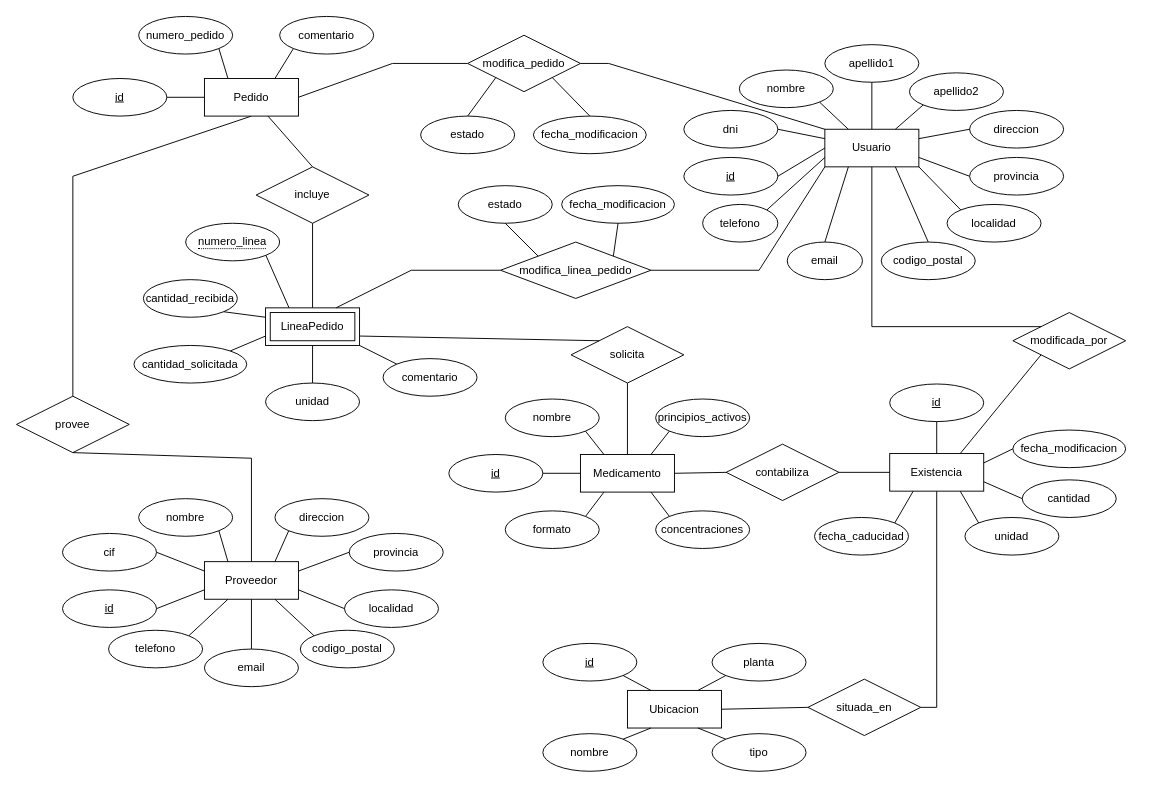
Above: Diagrama sin título.drawio in mariopr25/AlmacenMedicamentosER (draw.io), before the change. Source tidied: cells renumbered, new cells numbered last; positions are measured from the earlier drawing's top-left corner, leaving out a move shared by most shapes. Both pictures are drawn from the tidied source at 94%, with x=0, y=0 at pixel (16, 16).
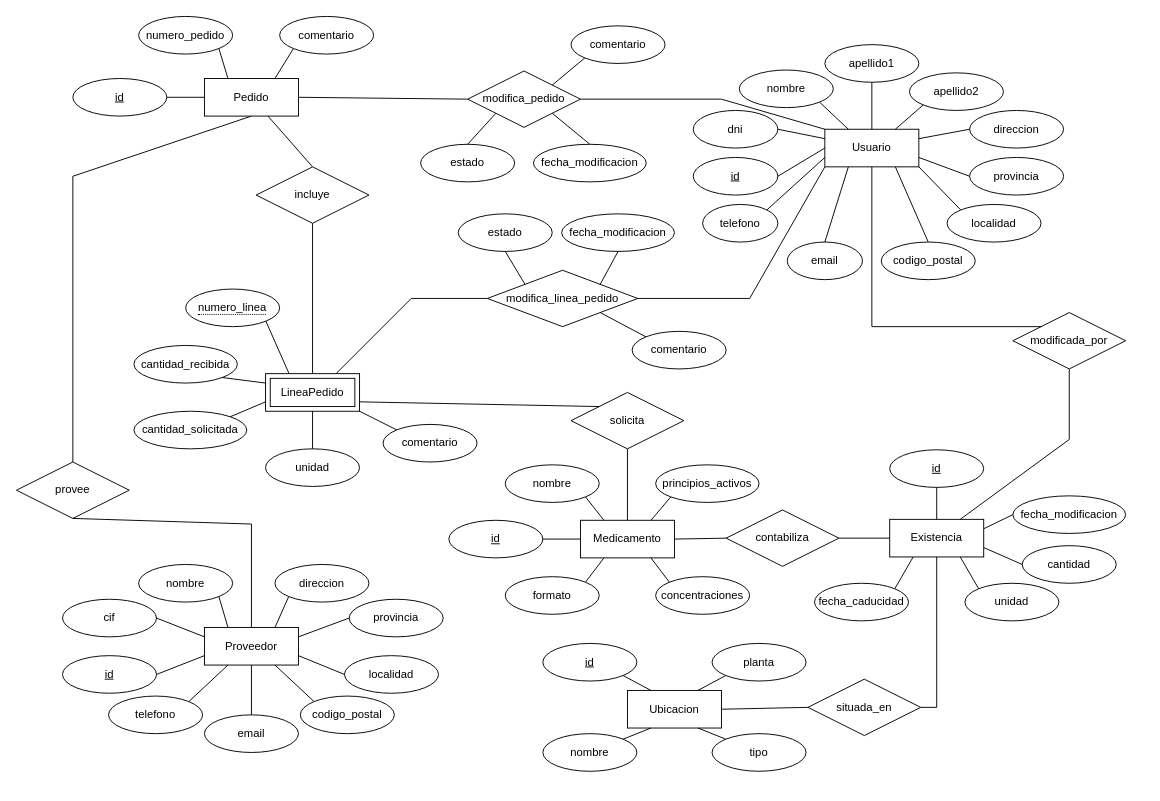
The same diagram, later.

The change refers to these unchanged cells:
```xml
<mxCell id="3" value="Proveedor" style="whiteSpace=wrap;html=1;align=center;" parent="2" vertex="1">
  <mxGeometry x="170" y="70" width="100" height="40" as="geometry" />
</mxCell>
<mxCell id="23" style="group;" parent="1" vertex="1">
  <mxGeometry x="690" y="30" width="440" height="250" as="geometry" />
</mxCell>
<mxCell id="24" value="&lt;div&gt;Usuario&lt;/div&gt;" style="whiteSpace=wrap;html=1;align=center;" parent="23" vertex="1">
  <mxGeometry x="170" y="90" width="100" height="40" as="geometry" />
</mxCell>
<mxCell id="71" value="&lt;div&gt;Existencia&lt;/div&gt;" style="whiteSpace=wrap;html=1;align=center;" parent="70" vertex="1">
  <mxGeometry x="80" y="90" width="100" height="40" as="geometry" />
</mxCell>
<mxCell id="87" value="modificada_por" style="shape=rhombus;perimeter=rhombusPerimeter;whiteSpace=wrap;html=1;align=center;" parent="1" vertex="1">
  <mxGeometry x="1060" y="315" width="120" height="60" as="geometry" />
</mxCell>
<mxCell id="101" value="Pedido" style="whiteSpace=wrap;html=1;align=center;" parent="96" vertex="1">
  <mxGeometry x="140" y="66" width="100" height="40" as="geometry" />
</mxCell>
<mxCell id="112" value="LineaPedido" style="shape=ext;margin=3;double=1;whiteSpace=wrap;html=1;align=center;" parent="111" vertex="1">
  <mxGeometry x="140" y="80" width="100" height="40" as="geometry" />
</mxCell>
```

Diff of the diagram source:
```diff
@@
     <mxCell id="2" style="group;" parent="1" vertex="1">
-      <mxGeometry x="30" y="510" width="440" height="210" as="geometry" />
+      <mxGeometry x="30" y="580" width="440" height="210" as="geometry" />
     </mxCell>
@@
     <mxCell id="26" value="dni" style="ellipse;whiteSpace=wrap;html=1;align=center;" parent="23" vertex="1">
-      <mxGeometry x="20" y="70" width="100" height="40" as="geometry" />
+      <mxGeometry x="30" y="70" width="90" height="40" as="geometry" />
     </mxCell>
     <mxCell id="27" value="id" style="ellipse;whiteSpace=wrap;html=1;align=center;fontStyle=4;" parent="23" vertex="1">
-      <mxGeometry x="20" y="120" width="100" height="40" as="geometry" />
+      <mxGeometry x="30" y="120" width="90" height="40" as="geometry" />
     </mxCell>
@@
     <mxCell id="57" style="group;" parent="1" vertex="1">
-      <mxGeometry x="440" y="404" width="360" height="162" as="geometry" />
+      <mxGeometry x="440" y="474" width="360" height="162" as="geometry" />
     </mxCell>
@@
     <mxCell id="60" value="&lt;div&gt;principios_activos&lt;/div&gt;" style="ellipse;whiteSpace=wrap;html=1;align=center;" parent="57" vertex="1">
-      <mxGeometry x="240" y="3" width="100" height="40" as="geometry" />
+      <mxGeometry x="240" y="3" width="110" height="40" as="geometry" />
     </mxCell>
@@
     <mxCell id="69" value="contabiliza" style="shape=rhombus;perimeter=rhombusPerimeter;whiteSpace=wrap;html=1;align=center;" parent="1" vertex="1">
-      <mxGeometry x="755" y="455" width="120" height="60" as="geometry" />
+      <mxGeometry x="755" y="525" width="120" height="60" as="geometry" />
     </mxCell>
     <mxCell id="70" style="group;" parent="1" vertex="1">
-      <mxGeometry x="849" y="375" width="350" height="220" as="geometry" />
+      <mxGeometry x="849" y="445" width="350" height="220" as="geometry" />
     </mxCell>
@@
-    <mxCell id="88" style="endArrow=none;html=1;rounded=0;exitX=0;exitY=1;exitDx=0;exitDy=0;entryX=0.75;entryY=0;entryDx=0;entryDy=0;" parent="1" edge="1" source="87" target="71">
-      <mxGeometry relative="1" as="geometry" />
+    <mxCell id="88" style="endArrow=none;html=1;rounded=0;exitX=0.5;exitY=1;exitDx=0;exitDy=0;entryX=0.75;entryY=0;entryDx=0;entryDy=0;" parent="1" edge="1" source="87" target="71">
+      <mxGeometry relative="1" as="geometry">
+        <Array as="points">
+          <mxPoint x="1120" y="450" />
+        </Array>
+      </mxGeometry>
     </mxCell>
@@
     <mxCell id="90" value="provee" style="shape=rhombus;perimeter=rhombusPerimeter;whiteSpace=wrap;html=1;align=center;" parent="1" vertex="1">
-      <mxGeometry y="404" width="120" height="60" as="geometry" />
+      <mxGeometry y="474" width="120" height="60" as="geometry" />
     </mxCell>
@@
     <mxCell id="92" style="endArrow=none;html=1;rounded=0;exitX=0.5;exitY=0;exitDx=0;exitDy=0;entryX=0.5;entryY=1;entryDx=0;entryDy=0;" parent="1" edge="1" source="3" target="90">
       <mxGeometry relative="1" as="geometry">
         <Array as="points">
-          <mxPoint x="250" y="470" />
+          <mxPoint x="250" y="540" />
         </Array>
       </mxGeometry>
     </mxCell>
     <mxCell id="93" value="modifica_pedido" style="shape=rhombus;perimeter=rhombusPerimeter;whiteSpace=wrap;html=1;align=center;" parent="1" vertex="1">
-      <mxGeometry x="480" y="20" width="120" height="60" as="geometry" />
+      <mxGeometry x="480" y="58" width="120" height="60" as="geometry" />
     </mxCell>
     <mxCell id="94" style="endArrow=none;html=1;rounded=0;entryX=0;entryY=0;entryDx=0;entryDy=0;exitX=1;exitY=0.5;exitDx=0;exitDy=0;" parent="1" edge="1" source="93" target="24">
       <mxGeometry relative="1" as="geometry">
         <Array as="points">
-          <mxPoint x="630" y="50" />
+          <mxPoint x="750" y="88" />
         </Array>
       </mxGeometry>
     </mxCell>
     <mxCell id="95" style="endArrow=none;html=1;rounded=0;entryX=0;entryY=0.5;entryDx=0;entryDy=0;exitX=1;exitY=0.5;exitDx=0;exitDy=0;" parent="1" edge="1" source="101" target="93">
-      <mxGeometry relative="1" as="geometry">
-        <Array as="points">
-          <mxPoint x="400" y="50" />
-        </Array>
-      </mxGeometry>
+      <mxGeometry relative="1" as="geometry" />
     </mxCell>
@@
     <mxCell id="105" value="&lt;div&gt;solicita&lt;/div&gt;" style="shape=rhombus;perimeter=rhombusPerimeter;whiteSpace=wrap;html=1;align=center;" parent="1" vertex="1">
-      <mxGeometry x="590" y="330" width="120" height="60" as="geometry" />
+      <mxGeometry x="590" y="400" width="120" height="60" as="geometry" />
     </mxCell>
@@
     <mxCell id="110" value="modifica_linea_pedido" style="shape=rhombus;perimeter=rhombusPerimeter;whiteSpace=wrap;html=1;align=center;" parent="1" vertex="1">
-      <mxGeometry x="515" y="240" width="160" height="60" as="geometry" />
+      <mxGeometry x="501" y="270" width="160" height="60" as="geometry" />
     </mxCell>
     <mxCell id="111" style="group;" parent="1" vertex="1">
-      <mxGeometry x="125" y="230" width="390" height="200" as="geometry" />
+      <mxGeometry x="125" y="300" width="390" height="200" as="geometry" />
     </mxCell>
@@
     <mxCell id="117" value="cantidad_recibida" style="ellipse;whiteSpace=wrap;html=1;align=center;" parent="111" vertex="1">
-      <mxGeometry x="10" y="50" width="100" height="40" as="geometry" />
+      <mxGeometry y="50" width="110" height="40" as="geometry" />
     </mxCell>
@@
     <mxCell id="123" value="fecha_modificacion" style="ellipse;whiteSpace=wrap;html=1;align=center;" parent="1" vertex="1">
-      <mxGeometry x="550" y="106" width="120" height="40" as="geometry" />
+      <mxGeometry x="550" y="136" width="120" height="40" as="geometry" />
     </mxCell>
@@
     <mxCell id="125" style="endArrow=none;html=1;rounded=0;entryX=0.75;entryY=0;entryDx=0;entryDy=0;exitX=0;exitY=0.5;exitDx=0;exitDy=0;" parent="1" edge="1" source="110" target="112">
       <mxGeometry relative="1" as="geometry">
         <Array as="points">
-          <mxPoint x="420" y="270" />
+          <mxPoint x="420" y="300" />
         </Array>
       </mxGeometry>
     </mxCell>
     <mxCell id="126" style="endArrow=none;html=1;rounded=0;entryX=0;entryY=1;entryDx=0;entryDy=0;exitX=1;exitY=0.5;exitDx=0;exitDy=0;" parent="1" edge="1" source="110" target="24">
       <mxGeometry relative="1" as="geometry">
         <Array as="points">
-          <mxPoint x="790" y="270" />
+          <mxPoint x="780" y="300" />
         </Array>
       </mxGeometry>
     </mxCell>
     <mxCell id="127" value="fecha_modificacion" style="ellipse;whiteSpace=wrap;html=1;align=center;" parent="1" vertex="1">
-      <mxGeometry x="580" y="180" width="120" height="40" as="geometry" />
+      <mxGeometry x="580" y="210" width="120" height="40" as="geometry" />
     </mxCell>
@@
     <mxCell id="129" value="estado" style="ellipse;whiteSpace=wrap;html=1;align=center;" parent="1" vertex="1">
-      <mxGeometry x="470" y="180" width="100" height="40" as="geometry" />
+      <mxGeometry x="470" y="210" width="100" height="40" as="geometry" />
     </mxCell>
     <mxCell id="130" value="estado" style="ellipse;whiteSpace=wrap;html=1;align=center;" parent="1" vertex="1">
-      <mxGeometry x="430" y="106" width="100" height="40" as="geometry" />
+      <mxGeometry x="430" y="136" width="100" height="40" as="geometry" />
     </mxCell>
@@
+    <mxCell id="133" value="comentario" style="ellipse;whiteSpace=wrap;html=1;align=center;" parent="1" vertex="1">
+      <mxGeometry x="655" y="335" width="100" height="40" as="geometry" />
+    </mxCell>
+    <mxCell id="134" style="endArrow=none;html=1;rounded=0;entryX=0;entryY=0;entryDx=0;entryDy=0;exitX=1;exitY=1;exitDx=0;exitDy=0;" parent="1" edge="1" source="110" target="133">
+      <mxGeometry relative="1" as="geometry" />
+    </mxCell>
+    <mxCell id="135" value="comentario" style="ellipse;whiteSpace=wrap;html=1;align=center;" parent="1" vertex="1">
+      <mxGeometry x="590" y="10" width="100" height="40" as="geometry" />
+    </mxCell>
+    <mxCell id="136" style="endArrow=none;html=1;rounded=0;entryX=0;entryY=1;entryDx=0;entryDy=0;exitX=1;exitY=0;exitDx=0;exitDy=0;" parent="1" edge="1" source="93" target="135">
+      <mxGeometry relative="1" as="geometry" />
+    </mxCell>
```
